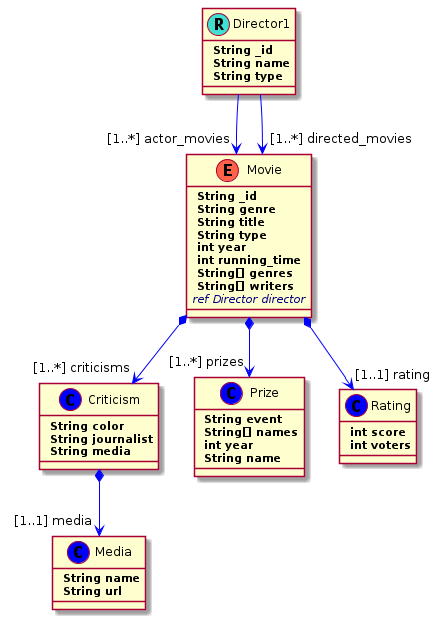
Above: es.um.nosql.schemainference.plantuml2figure/tests/moviefiles/directorRootV1.png in catedrasaes-umu/NoSQLDataEngineering (PlantUML), before the change.
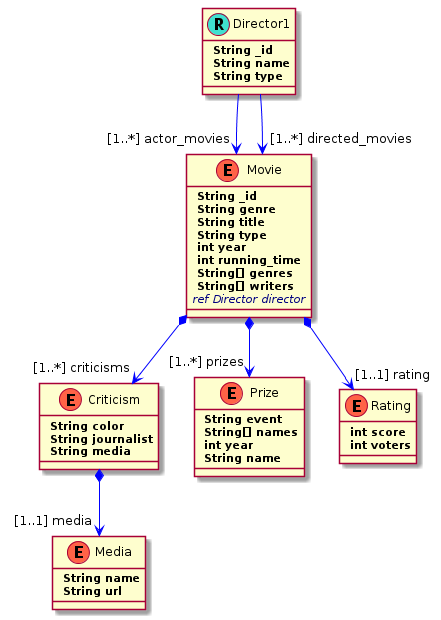
The same file after the commit.

What changed in the source:
```diff
@@ -38,7 +38,7 @@
 Movie *--> "[1..1] rating" Rating
 
 
-Class Criticism {
+Class Criticism<<(E,Tomato)>>{
 	<b> String color
 	<b> String journalist
 	<b> String media
@@ -46,19 +46,19 @@
 
 Criticism *--> "[1..1] media" Media
 
-Class Media {
+Class Media<<(E,Tomato)>>{
 	<b> String name
 	<b> String url
 }
 
-Class Prize {
+Class Prize<<(E,Tomato)>>{
 	<b> String event
 	<b> String[] names
 	<b> int year
 	<b> String name
 }
 
-Class Rating {
+Class Rating<<(E,Tomato)>>{
 	<b> int score
 	<b> int voters
 }
```
